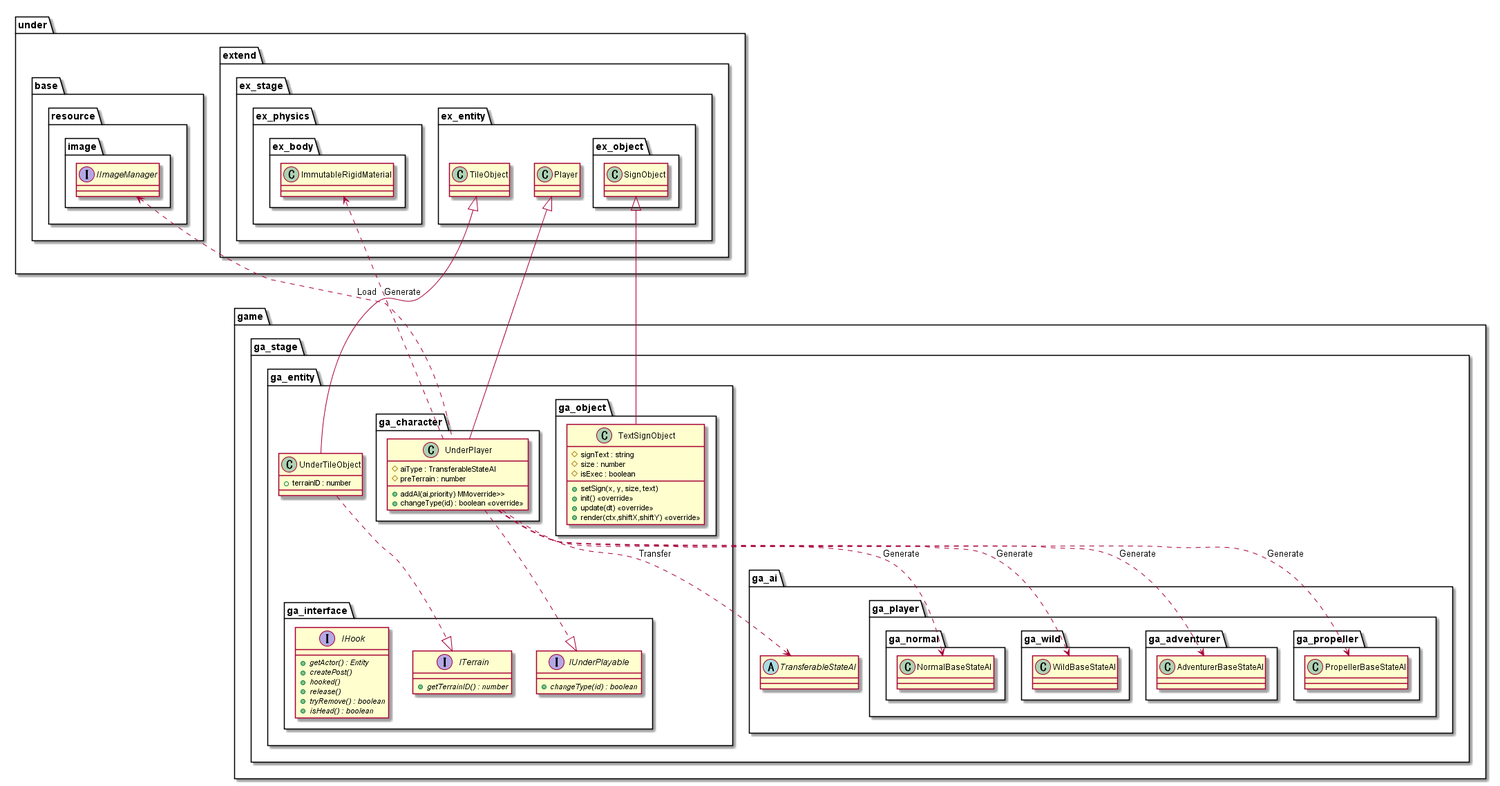
Earlier version of the PlantUML export out/uml/entity/Game/EntityGame.png (Expine/Under).
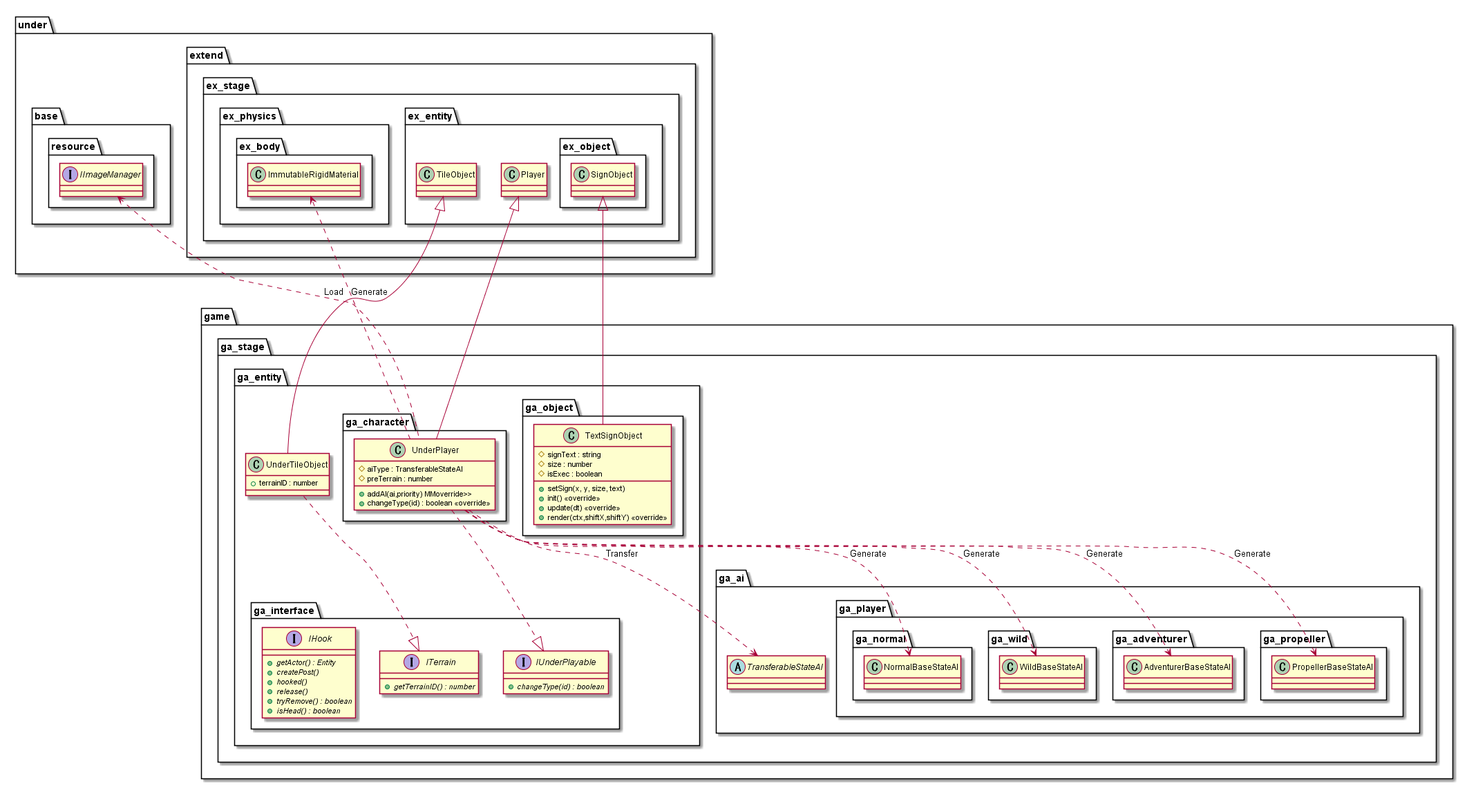
Later version of the same file.

Diff of the diagram source:
```diff
@@ -47,9 +47,7 @@
 package under {
     package base {
         package resource {
-            package image {
-                interface IImageManager
-            }
+            interface IImageManager
         }
     }
     package extend {
```
